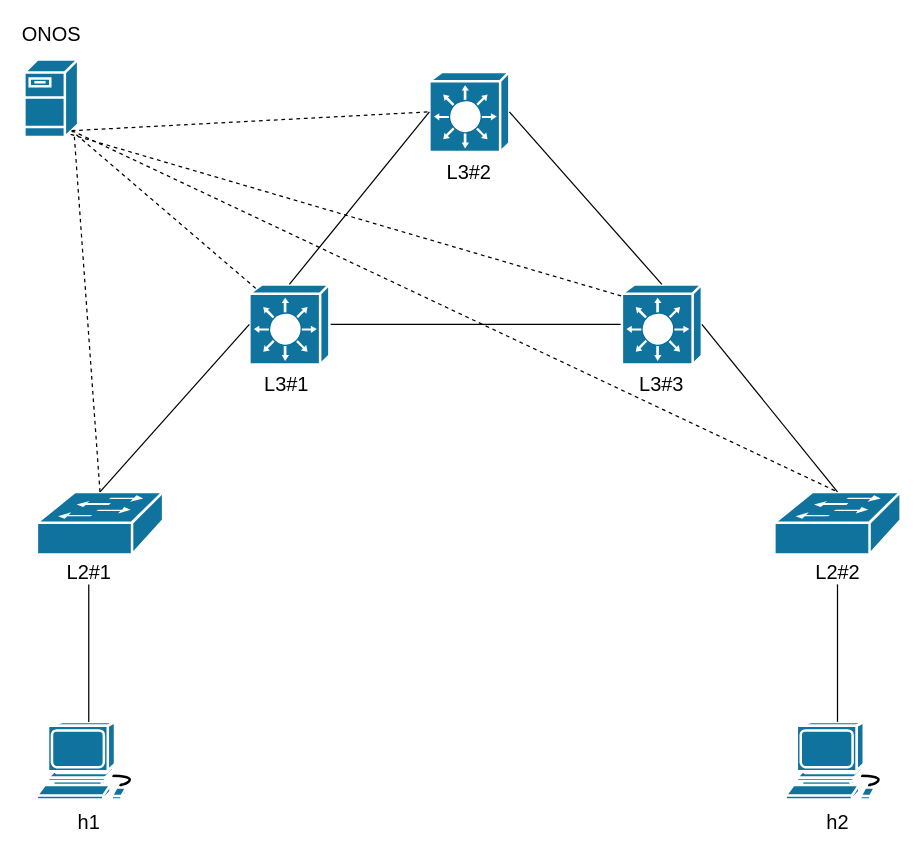
gameLoading/blank__- keeps this draw.io diagram as page "ARP 패킷 발생" (4 of 5) of fwd.drawio. Above is the earlier version. Source tidied: cells renumbered, new cells numbered last; positions are measured from the earlier drawing's top-left corner, leaving out a move shared by most shapes. Both pictures are drawn from the tidied source at 125%, with x=0, y=0 at pixel (24, 21).
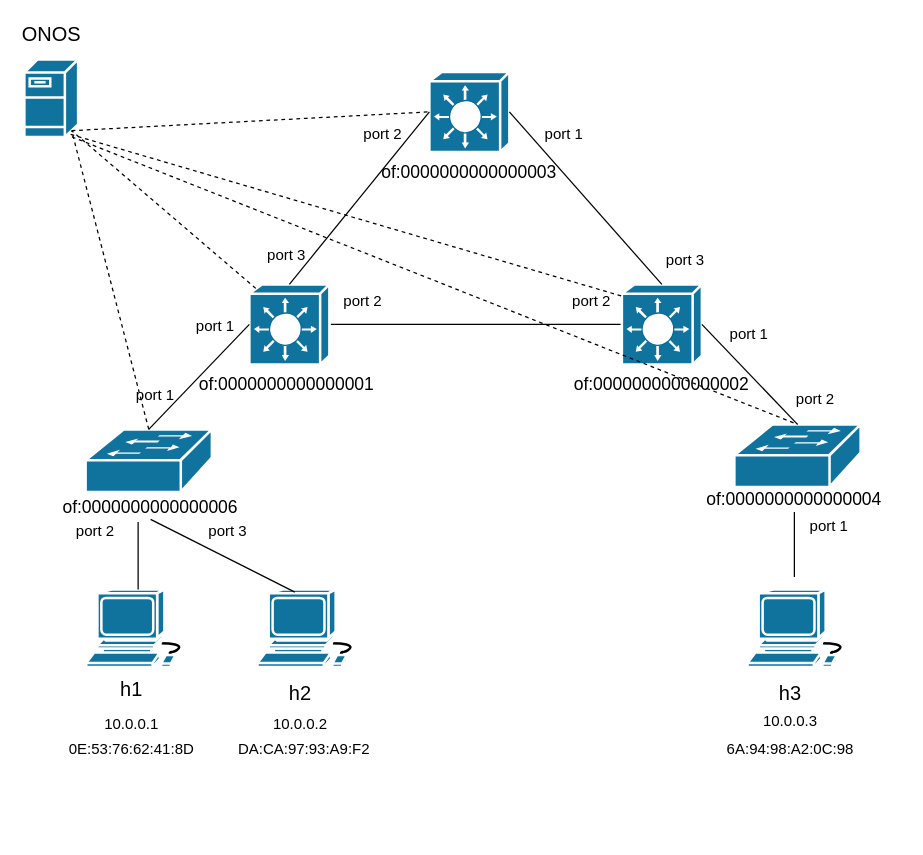
The same diagram, later.

The change refers to these unchanged cells:
```xml
<mxCell id="3" style="shape=mxgraph.cisco.switches.layer_3_switch;html=1;dashed=0;fillColor=#10739E;strokeColor=#ffffff;strokeWidth=2;verticalLabelPosition=bottom;verticalAlign=top;fontFamily=Helvetica;fontSize=16;fontColor=#FFB366;" parent="1" vertex="1">
  <mxGeometry x="180" y="210" width="64" height="64" as="geometry" />
</mxCell>
<mxCell id="6" style="shape=mxgraph.cisco.servers.fileserver;html=1;dashed=0;fillColor=#10739E;strokeColor=#ffffff;strokeWidth=2;verticalLabelPosition=bottom;verticalAlign=top;fontFamily=Helvetica;fontSize=16;fontColor=#FFB366;" parent="1" vertex="1">
  <mxGeometry y="30" width="43" height="62" as="geometry" />
</mxCell>
<mxCell id="8" style="shape=mxgraph.cisco.switches.layer_3_switch;html=1;dashed=0;fillColor=#10739E;strokeColor=#ffffff;strokeWidth=2;verticalLabelPosition=bottom;verticalAlign=top;fontFamily=Helvetica;fontSize=16;fontColor=#FFB366;" parent="1" vertex="1">
  <mxGeometry x="478" y="210" width="64" height="64" as="geometry" />
</mxCell>
```

Diff of the diagram source:
```diff
@@
-    <mxCell id="2" style="edgeStyle=orthogonalEdgeStyle;rounded=0;jettySize=auto;html=1;entryX=0;entryY=0.5;entryDx=0;entryDy=0;entryPerimeter=0;endArrow=none;endFill=0;fontSize=16;" parent="1" edge="1" source="3" target="8">
-      <mxGeometry relative="1" as="geometry" />
+    <mxCell id="2" style="edgeStyle=orthogonalEdgeStyle;rounded=0;orthogonalLoop=1;jettySize=auto;html=1;entryX=0;entryY=0.5;entryDx=0;entryDy=0;entryPerimeter=0;endArrow=none;endFill=0;fontSize=16;" parent="1" edge="1">
+      <mxGeometry relative="1" as="geometry">
+        <mxPoint x="245" y="242" as="sourcePoint" />
+        <mxPoint x="479" y="242" as="targetPoint" />
+      </mxGeometry>
     </mxCell>
@@
     <mxCell id="4" style="shape=mxgraph.cisco.switches.workgroup_switch;html=1;dashed=0;fillColor=#10739E;strokeColor=#ffffff;strokeWidth=2;verticalLabelPosition=bottom;verticalAlign=top;fontFamily=Helvetica;fontSize=16;fontColor=#FFB366;" parent="1" vertex="1">
-      <mxGeometry x="10" y="376" width="101" height="50" as="geometry" />
+      <mxGeometry x="49" y="326" width="101" height="50" as="geometry" />
     </mxCell>
     <mxCell id="5" style="shape=mxgraph.cisco.computers_and_peripherals.workstation;html=1;dashed=0;fillColor=#10739E;strokeColor=#ffffff;strokeWidth=2;verticalLabelPosition=bottom;verticalAlign=top;fontFamily=Helvetica;fontSize=16;fontColor=#FFB366;" parent="1" vertex="1">
-      <mxGeometry x="10" y="560" width="83" height="62" as="geometry" />
+      <mxGeometry x="49.5" y="454" width="83" height="62" as="geometry" />
     </mxCell>
@@
     <mxCell id="7" style="shape=mxgraph.cisco.switches.workgroup_switch;html=1;dashed=0;fillColor=#10739E;strokeColor=#ffffff;strokeWidth=2;verticalLabelPosition=bottom;verticalAlign=top;fontFamily=Helvetica;fontSize=16;fontColor=#FFB366;" parent="1" vertex="1">
-      <mxGeometry x="600" y="376" width="101" height="50" as="geometry" />
+      <mxGeometry x="568" y="322" width="101" height="50" as="geometry" />
     </mxCell>
@@
     <mxCell id="10" style="shape=mxgraph.cisco.computers_and_peripherals.workstation;html=1;dashed=0;fillColor=#10739E;strokeColor=#ffffff;strokeWidth=2;verticalLabelPosition=bottom;verticalAlign=top;fontFamily=Helvetica;fontSize=16;fontColor=#FFB366;" parent="1" vertex="1">
-      <mxGeometry x="609" y="560" width="83" height="62" as="geometry" />
+      <mxGeometry x="186.5" y="454" width="83" height="62" as="geometry" />
     </mxCell>
-    <mxCell id="11" value="L3#2" style="text;html=1;strokeColor=none;fillColor=none;align=center;verticalAlign=middle;whiteSpace=wrap;rounded=0;fontSize=16;" parent="1" vertex="1">
+    <mxCell id="11" value="of:0000000000000003" style="text;html=1;strokeColor=none;fillColor=none;align=center;verticalAlign=middle;whiteSpace=wrap;rounded=0;fontSize=14;" parent="1" vertex="1">
       <mxGeometry x="336" y="110" width="40" height="20" as="geometry" />
     </mxCell>
-    <mxCell id="12" value="L3#1" style="text;html=1;strokeColor=none;fillColor=none;align=center;verticalAlign=middle;whiteSpace=wrap;rounded=0;fontSize=16;" parent="1" vertex="1">
+    <mxCell id="12" value="of:0000000000000001" style="text;html=1;strokeColor=none;fillColor=none;align=center;verticalAlign=middle;whiteSpace=wrap;rounded=0;fontSize=14;" parent="1" vertex="1">
       <mxGeometry x="190" y="280" width="40" height="20" as="geometry" />
     </mxCell>
-    <mxCell id="13" value="L3#3" style="text;html=1;strokeColor=none;fillColor=none;align=center;verticalAlign=middle;whiteSpace=wrap;rounded=0;fontSize=16;" parent="1" vertex="1">
+    <mxCell id="13" value="of:0000000000000002" style="text;html=1;strokeColor=none;fillColor=none;align=center;verticalAlign=middle;whiteSpace=wrap;rounded=0;fontSize=14;" parent="1" vertex="1">
       <mxGeometry x="490" y="280" width="40" height="20" as="geometry" />
     </mxCell>
-    <mxCell id="14" value="L2#1" style="text;html=1;strokeColor=none;fillColor=none;align=center;verticalAlign=middle;whiteSpace=wrap;rounded=0;fontSize=16;" parent="1" vertex="1">
-      <mxGeometry x="31.5" y="430" width="40" height="20" as="geometry" />
-    </mxCell>
-    <mxCell id="15" value="L2#2" style="text;html=1;strokeColor=none;fillColor=none;align=center;verticalAlign=middle;whiteSpace=wrap;rounded=0;fontSize=16;" parent="1" vertex="1">
-      <mxGeometry x="630.5" y="430" width="40" height="20" as="geometry" />
-    </mxCell>
-    <mxCell id="16" style="endArrow=none;html=1;entryX=0.5;entryY=1;entryDx=0;entryDy=0;exitX=0.5;exitY=0;exitDx=0;exitDy=0;exitPerimeter=0;fontSize=16;" parent="1" edge="1" source="5" target="14">
-      <mxGeometry relative="1" as="geometry" />
+    <mxCell id="16" style="endArrow=none;html=1;entryX=0.5;entryY=1;entryDx=0;entryDy=0;exitX=0.5;exitY=0;exitDx=0;exitDy=0;exitPerimeter=0;fontSize=16;" parent="1" edge="1" source="5">
+      <mxGeometry relative="1" as="geometry">
+        <mxPoint x="91" y="400" as="targetPoint" />
+      </mxGeometry>
     </mxCell>
@@
-    <mxCell id="21" style="endArrow=none;html=1;entryX=0.5;entryY=1;entryDx=0;entryDy=0;exitX=0.5;exitY=0;exitDx=0;exitDy=0;exitPerimeter=0;fontSize=16;" parent="1" edge="1" source="10" target="15">
+    <mxCell id="21" style="endArrow=none;html=1;exitX=0.36;exitY=0.035;exitDx=0;exitDy=0;exitPerimeter=0;fontSize=16;entryX=0.5;entryY=1;entryDx=0;entryDy=0;" parent="1" edge="1" source="10" target="39">
       <mxGeometry relative="1" as="geometry" />
     </mxCell>
-    <mxCell id="22" style="endArrow=none;dashed=1;html=1;exitX=0.5;exitY=0;exitDx=0;exitDy=0;exitPerimeter=0;fontSize=16;" parent="1" edge="1" source="4">
-      <mxGeometry relative="1" as="geometry">
-        <mxPoint x="40" y="92" as="targetPoint" />
-      </mxGeometry>
+    <mxCell id="22" style="endArrow=none;dashed=1;html=1;exitX=0.5;exitY=0;exitDx=0;exitDy=0;exitPerimeter=0;fontSize=16;entryX=0.88;entryY=0.92;entryDx=0;entryDy=0;entryPerimeter=0;" parent="1" edge="1" source="4" target="6">
+      <mxGeometry relative="1" as="geometry" />
     </mxCell>
@@
     <mxCell id="26" style="endArrow=none;dashed=1;html=1;entryX=0.5;entryY=0;entryDx=0;entryDy=0;entryPerimeter=0;fontSize=16;" parent="1" edge="1" target="7">
       <mxGeometry relative="1" as="geometry">
-        <mxPoint x="38" y="87" as="sourcePoint" />
+        <mxPoint x="38" y="92" as="sourcePoint" />
       </mxGeometry>
     </mxCell>
     <mxCell id="27" value="h1" style="text;html=1;strokeColor=none;fillColor=none;align=center;verticalAlign=middle;whiteSpace=wrap;rounded=0;fontSize=16;" parent="1" vertex="1">
-      <mxGeometry x="31.5" y="630" width="40" height="20" as="geometry" />
+      <mxGeometry x="65.5" y="524" width="40" height="20" as="geometry" />
     </mxCell>
     <mxCell id="28" value="h2" style="text;html=1;strokeColor=none;fillColor=none;align=center;verticalAlign=middle;whiteSpace=wrap;rounded=0;fontSize=16;" parent="1" vertex="1">
-      <mxGeometry x="630.5" y="630" width="40" height="20" as="geometry" />
+      <mxGeometry x="200.5" y="527" width="40" height="20" as="geometry" />
     </mxCell>
@@
+    <mxCell id="30" style="shape=mxgraph.cisco.computers_and_peripherals.workstation;html=1;dashed=0;fillColor=#10739E;strokeColor=#ffffff;strokeWidth=2;verticalLabelPosition=bottom;verticalAlign=top;fontFamily=Helvetica;fontSize=16;fontColor=#FFB366;" parent="1" vertex="1">
+      <mxGeometry x="578.5" y="454" width="83" height="62" as="geometry" />
+    </mxCell>
+    <mxCell id="31" style="endArrow=none;html=1;fontSize=16;entryX=0.5;entryY=1;entryDx=0;entryDy=0;" parent="1" edge="1" target="40">
+      <mxGeometry relative="1" as="geometry">
+        <mxPoint x="616" y="444" as="sourcePoint" />
+      </mxGeometry>
+    </mxCell>
+    <mxCell id="32" value="h3" style="text;html=1;strokeColor=none;fillColor=none;align=center;verticalAlign=middle;whiteSpace=wrap;rounded=0;fontSize=16;" parent="1" vertex="1">
+      <mxGeometry x="592.5" y="527" width="40" height="20" as="geometry" />
+    </mxCell>
+    <mxCell id="33" value="10.0.0.1" style="text;html=1;strokeColor=none;fillColor=none;align=center;verticalAlign=middle;whiteSpace=wrap;rounded=0;" parent="1" vertex="1">
+      <mxGeometry x="65.5" y="552" width="40" height="20" as="geometry" />
+    </mxCell>
+    <mxCell id="34" value="10.0.0.2" style="text;html=1;strokeColor=none;fillColor=none;align=center;verticalAlign=middle;whiteSpace=wrap;rounded=0;" parent="1" vertex="1">
+      <mxGeometry x="200.5" y="552" width="40" height="20" as="geometry" />
+    </mxCell>
+    <mxCell id="35" value="10.0.0.3" style="text;html=1;strokeColor=none;fillColor=none;align=center;verticalAlign=middle;whiteSpace=wrap;rounded=0;" parent="1" vertex="1">
+      <mxGeometry x="592.5" y="550" width="40" height="20" as="geometry" />
+    </mxCell>
+    <mxCell id="36" value="DA:CA:97:93:A9:F2" style="text;html=1;strokeColor=none;fillColor=none;align=center;verticalAlign=middle;whiteSpace=wrap;rounded=0;" parent="1" vertex="1">
+      <mxGeometry x="203.5" y="572" width="40" height="20" as="geometry" />
+    </mxCell>
+    <mxCell id="37" value="&lt;p class=&quot;0&quot; style=&quot;word-break: keep-all&quot;&gt;&lt;span lang=&quot;EN-US&quot; style=&quot;letter-spacing: 0pt&quot;&gt;6A:94:98:A2:0C:98&lt;/span&gt;&lt;/p&gt;&lt;div id=&quot;hwpEditorBoardContent&quot; class=&quot;hwp_editor_board_content&quot;&gt;&lt;/div&gt;" style="text;html=1;strokeColor=none;fillColor=none;align=center;verticalAlign=middle;whiteSpace=wrap;rounded=0;" parent="1" vertex="1">
+      <mxGeometry x="592.5" y="572" width="40" height="20" as="geometry" />
+    </mxCell>
+    <mxCell id="38" value="&lt;p class=&quot;0&quot; style=&quot;word-break: keep-all&quot;&gt;&lt;span lang=&quot;EN-US&quot; style=&quot;letter-spacing: 0pt&quot;&gt;0E:53:76:62:41:8D&lt;/span&gt;&lt;/p&gt;&lt;div id=&quot;hwpEditorBoardContent&quot; class=&quot;hwp_editor_board_content&quot;&gt;&lt;/div&gt;" style="text;html=1;strokeColor=none;fillColor=none;align=center;verticalAlign=middle;whiteSpace=wrap;rounded=0;" parent="1" vertex="1">
+      <mxGeometry x="65.5" y="572" width="40" height="20" as="geometry" />
+    </mxCell>
+    <mxCell id="39" value="of:0000000000000006" style="text;html=1;strokeColor=none;fillColor=none;align=center;verticalAlign=middle;whiteSpace=wrap;rounded=0;fontSize=14;" parent="1" vertex="1">
+      <mxGeometry x="81" y="378" width="40" height="20" as="geometry" />
+    </mxCell>
+    <mxCell id="40" value="&lt;span style=&quot;font-size: 14px;&quot;&gt;of:0000000000000004&lt;/span&gt;" style="text;html=1;strokeColor=none;fillColor=none;align=center;verticalAlign=middle;whiteSpace=wrap;rounded=0;fontSize=14;" parent="1" vertex="1">
+      <mxGeometry x="596" y="372" width="40" height="20" as="geometry" />
+    </mxCell>
+    <mxCell id="41" value="port 2" style="text;html=1;strokeColor=none;fillColor=none;align=center;verticalAlign=middle;whiteSpace=wrap;rounded=0;" parent="1" vertex="1">
+      <mxGeometry x="36.5" y="398" width="40" height="20" as="geometry" />
+    </mxCell>
+    <mxCell id="42" value="port 3" style="text;html=1;strokeColor=none;fillColor=none;align=center;verticalAlign=middle;whiteSpace=wrap;rounded=0;" parent="1" vertex="1">
+      <mxGeometry x="143" y="398" width="40" height="20" as="geometry" />
+    </mxCell>
+    <mxCell id="43" value="port 1" style="text;html=1;strokeColor=none;fillColor=none;align=center;verticalAlign=middle;whiteSpace=wrap;rounded=0;" parent="1" vertex="1">
+      <mxGeometry x="85" y="289" width="40" height="20" as="geometry" />
+    </mxCell>
+    <mxCell id="44" value="port 1" style="text;html=1;strokeColor=none;fillColor=none;align=center;verticalAlign=middle;whiteSpace=wrap;rounded=0;" parent="1" vertex="1">
+      <mxGeometry x="133" y="234" width="40" height="20" as="geometry" />
+    </mxCell>
+    <mxCell id="45" value="port 2" style="text;html=1;strokeColor=none;fillColor=none;align=center;verticalAlign=middle;whiteSpace=wrap;rounded=0;" parent="1" vertex="1">
+      <mxGeometry x="251" y="214" width="40" height="20" as="geometry" />
+    </mxCell>
+    <mxCell id="46" value="port 2" style="text;html=1;strokeColor=none;fillColor=none;align=center;verticalAlign=middle;whiteSpace=wrap;rounded=0;" parent="1" vertex="1">
+      <mxGeometry x="434" y="214" width="40" height="20" as="geometry" />
+    </mxCell>
+    <mxCell id="47" value="port 3" style="text;html=1;strokeColor=none;fillColor=none;align=center;verticalAlign=middle;whiteSpace=wrap;rounded=0;" parent="1" vertex="1">
+      <mxGeometry x="190" y="177" width="40" height="20" as="geometry" />
+    </mxCell>
+    <mxCell id="48" value="port 2" style="text;html=1;strokeColor=none;fillColor=none;align=center;verticalAlign=middle;whiteSpace=wrap;rounded=0;" parent="1" vertex="1">
+      <mxGeometry x="267" y="80" width="40" height="20" as="geometry" />
+    </mxCell>
+    <mxCell id="49" value="port 1" style="text;html=1;strokeColor=none;fillColor=none;align=center;verticalAlign=middle;whiteSpace=wrap;rounded=0;" parent="1" vertex="1">
+      <mxGeometry x="412" y="80" width="40" height="20" as="geometry" />
+    </mxCell>
+    <mxCell id="50" value="port 3" style="text;html=1;strokeColor=none;fillColor=none;align=center;verticalAlign=middle;whiteSpace=wrap;rounded=0;" parent="1" vertex="1">
+      <mxGeometry x="509" y="181" width="40" height="20" as="geometry" />
+    </mxCell>
+    <mxCell id="51" value="port 1" style="text;html=1;strokeColor=none;fillColor=none;align=center;verticalAlign=middle;whiteSpace=wrap;rounded=0;" parent="1" vertex="1">
+      <mxGeometry x="560" y="240" width="40" height="20" as="geometry" />
+    </mxCell>
+    <mxCell id="52" value="port 2" style="text;html=1;strokeColor=none;fillColor=none;align=center;verticalAlign=middle;whiteSpace=wrap;rounded=0;" parent="1" vertex="1">
+      <mxGeometry x="613" y="292" width="40" height="20" as="geometry" />
+    </mxCell>
+    <mxCell id="53" value="port 1" style="text;html=1;strokeColor=none;fillColor=none;align=center;verticalAlign=middle;whiteSpace=wrap;rounded=0;" parent="1" vertex="1">
+      <mxGeometry x="624" y="394" width="40" height="20" as="geometry" />
+    </mxCell>
```
